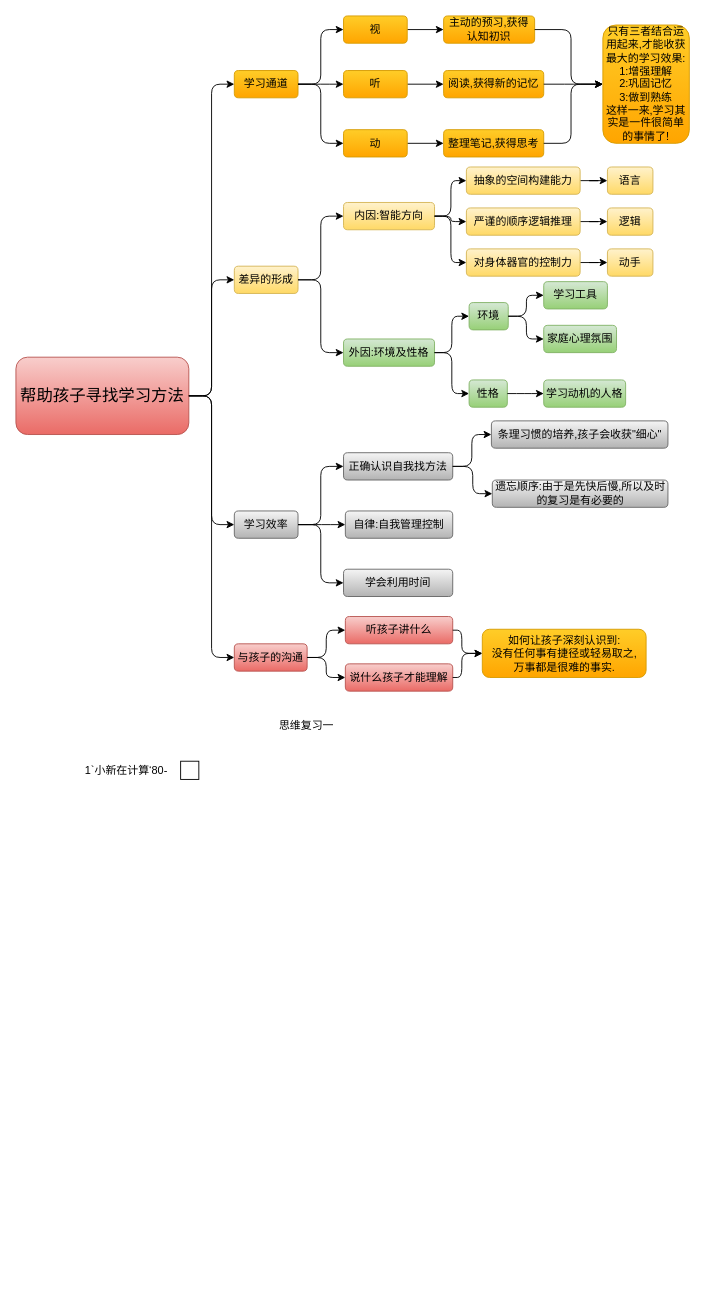
Before: 孩子学习培养.drawio in UTOUUCENTER-CD/draw.io, a draw.io diagram. Source tidied: cells renumbered, new cells numbered last; positions are measured from the earlier drawing's top-left corner, leaving out a move shared by most shapes. Both pictures are drawn from the tidied source at 91%, with x=0, y=0 at pixel (15, 15).
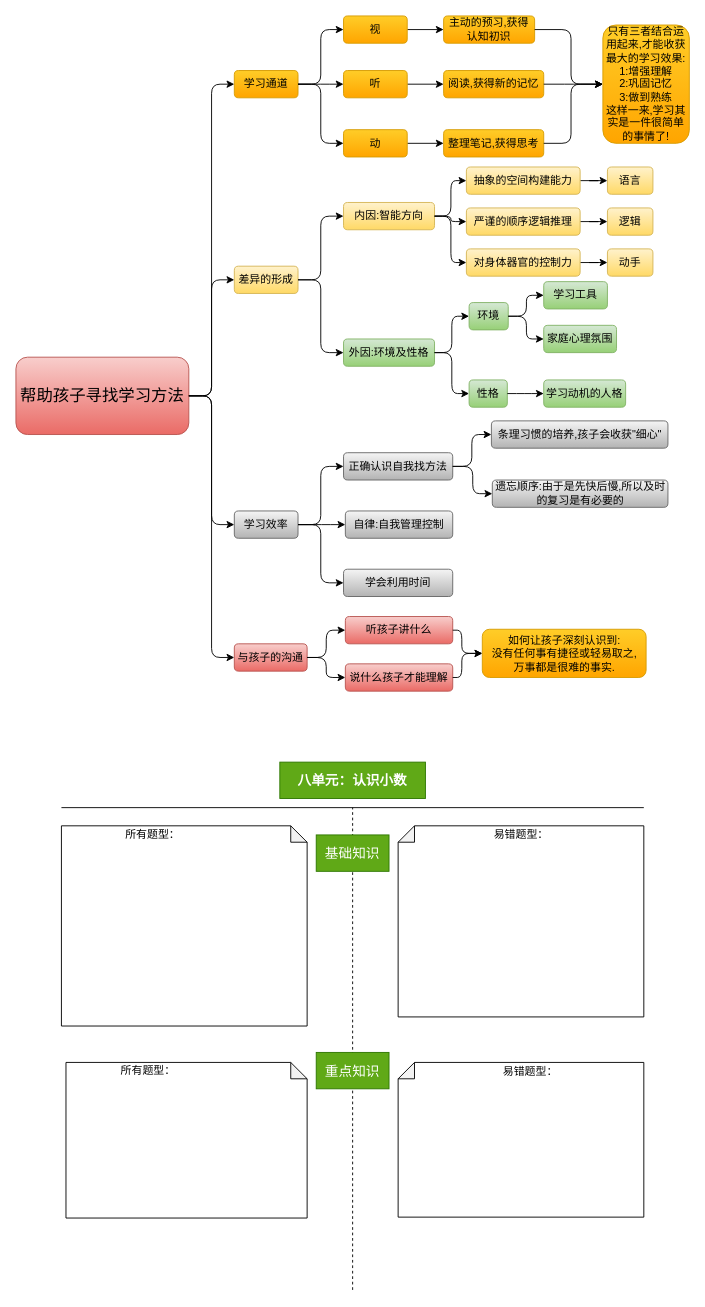
The same diagram, later.

Commit message:
Update 孩子学习培养.drawio

The edit, as a diff of the source:
```diff
@@
-    <mxCell id="70" value="&lt;br&gt;&lt;br&gt;&lt;br&gt;思维复习一&lt;br&gt;&lt;br&gt;&lt;br&gt;&lt;br&gt;&lt;br&gt;" style="text;html=1;align=center;verticalAlign=middle;" parent="1" vertex="1">
-      <mxGeometry x="279" y="727" width="80" height="120" as="geometry" />
-    </mxCell>
-    <mxCell id="71" value="1`小新在计算‘80-" style="text;html=1;align=center;verticalAlign=middle;" parent="1" vertex="1">
-      <mxGeometry x="61" y="819" width="120" height="20" as="geometry" />
-    </mxCell>
-    <mxCell id="72" style="whiteSpace=wrap;html=1;" parent="1" vertex="1">
-      <mxGeometry x="181" y="819" width="20" height="20" as="geometry" />
-    </mxCell>
+    <mxCell id="73" value="&lt;b&gt;八单元：认识小数&lt;/b&gt;" style="rounded=0;whiteSpace=wrap;html=1;fillColor=#60a917;strokeColor=#2D7600;fontColor=#ffffff;fontSize=15;" parent="1" vertex="1">
+      <mxGeometry x="290" y="820" width="160" height="40" as="geometry" />
+    </mxCell>
+    <mxCell id="74" style="endArrow=none;html=1;strokeColor=#000000;" parent="1" edge="1">
+      <mxGeometry relative="1" as="geometry">
+        <mxPoint x="690" y="870" as="sourcePoint" />
+        <mxPoint x="50" y="870" as="targetPoint" />
+      </mxGeometry>
+    </mxCell>
+    <mxCell id="75" style="endArrow=none;dashed=1;html=1;strokeColor=#000000;" parent="1" edge="1">
+      <mxGeometry relative="1" as="geometry">
+        <mxPoint x="370" y="1400" as="sourcePoint" />
+        <mxPoint x="370" y="870" as="targetPoint" />
+      </mxGeometry>
+    </mxCell>
+    <mxCell id="76" style="shape=note;whiteSpace=wrap;html=1;backgroundOutline=1;darkOpacity=0.05;size=18;" parent="1" vertex="1">
+      <mxGeometry x="50" y="890" width="270" height="220" as="geometry" />
+    </mxCell>
+    <mxCell id="77" value="&lt;font style=&quot;font-size: 15px&quot;&gt;基础知识&lt;/font&gt;" style="rounded=0;whiteSpace=wrap;html=1;fillColor=#60a917;strokeColor=#2D7600;fontColor=#ffffff;" parent="1" vertex="1">
+      <mxGeometry x="330" y="900" width="80" height="40" as="geometry" />
+    </mxCell>
+    <mxCell id="78" value="&lt;font style=&quot;font-size: 15px&quot;&gt;重点知识&lt;/font&gt;" style="rounded=0;whiteSpace=wrap;html=1;fillColor=#60a917;strokeColor=#2D7600;fontColor=#ffffff;" parent="1" vertex="1">
+      <mxGeometry x="330" y="1139" width="80" height="40" as="geometry" />
+    </mxCell>
+    <mxCell id="79" style="shape=note;whiteSpace=wrap;html=1;backgroundOutline=1;darkOpacity=0.05;size=18;flipV=0;flipH=1;" parent="1" vertex="1">
+      <mxGeometry x="420" y="890" width="270" height="210" as="geometry" />
+    </mxCell>
+    <mxCell id="80" style="shape=note;whiteSpace=wrap;html=1;backgroundOutline=1;darkOpacity=0.05;size=18;" parent="1" vertex="1">
+      <mxGeometry x="55" y="1150" width="265" height="171" as="geometry" />
+    </mxCell>
+    <mxCell id="81" style="shape=note;whiteSpace=wrap;html=1;backgroundOutline=1;darkOpacity=0.05;size=18;flipH=1;" parent="1" vertex="1">
+      <mxGeometry x="420" y="1150" width="270" height="170" as="geometry" />
+    </mxCell>
+    <mxCell id="82" value="所有题型：" style="text;html=1;align=center;verticalAlign=middle;" parent="1" vertex="1">
+      <mxGeometry x="110" y="890" width="80" height="20" as="geometry" />
+    </mxCell>
+    <mxCell id="83" value="易错题型：" style="text;html=1;align=center;verticalAlign=middle;" parent="1" vertex="1">
+      <mxGeometry x="515" y="890" width="80" height="20" as="geometry" />
+    </mxCell>
+    <mxCell id="84" value="所有题型：" style="text;html=1;align=center;verticalAlign=middle;" parent="1" vertex="1">
+      <mxGeometry x="105" y="1149" width="80" height="20" as="geometry" />
+    </mxCell>
+    <mxCell id="85" value="易错题型：" style="text;html=1;align=center;verticalAlign=middle;" parent="1" vertex="1">
+      <mxGeometry x="525" y="1150" width="80" height="20" as="geometry" />
+    </mxCell>
```
